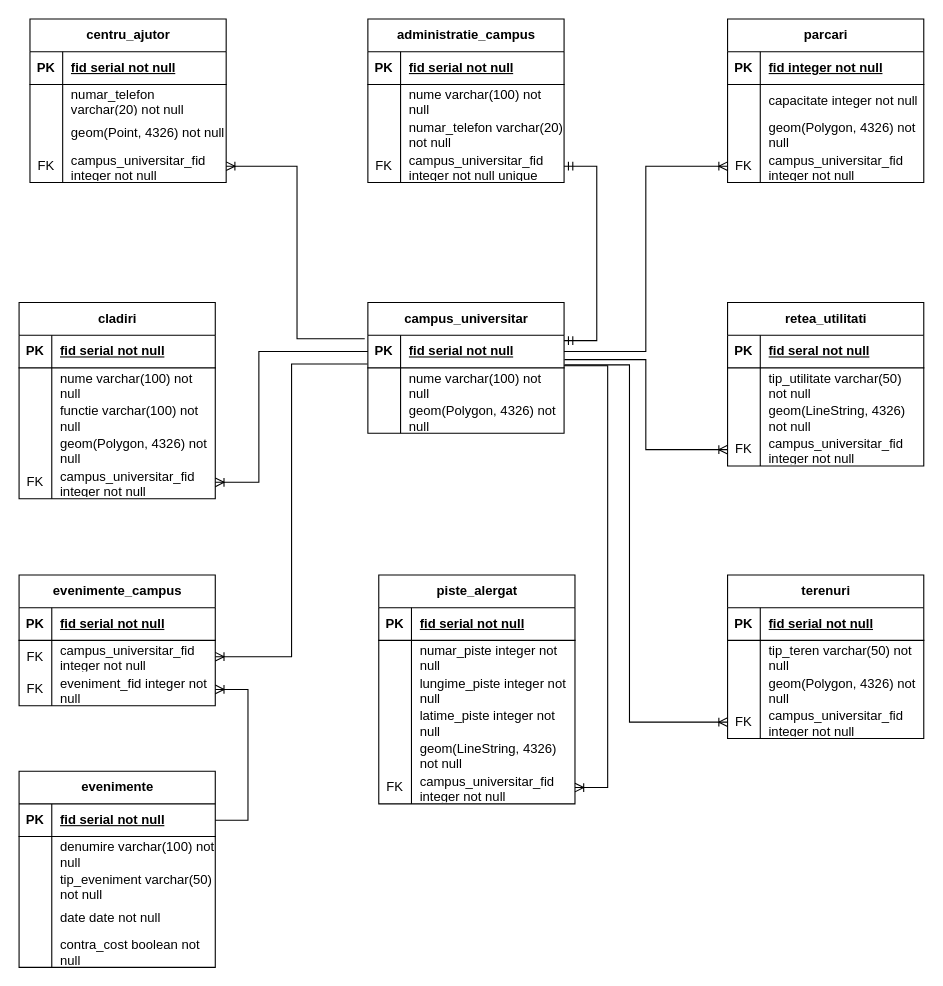
Above: Diagrama_Conceptuala_Exam_Sem2_DB.drawio in RaulHeciko/exam_sem2_database (draw.io), before the change. Source tidied: cells renumbered, new cells numbered last; positions are measured from the earlier drawing's top-left corner, leaving out a move shared by most shapes. Both pictures are drawn from the tidied source at 109%, with x=0, y=0 at pixel (19, 19).
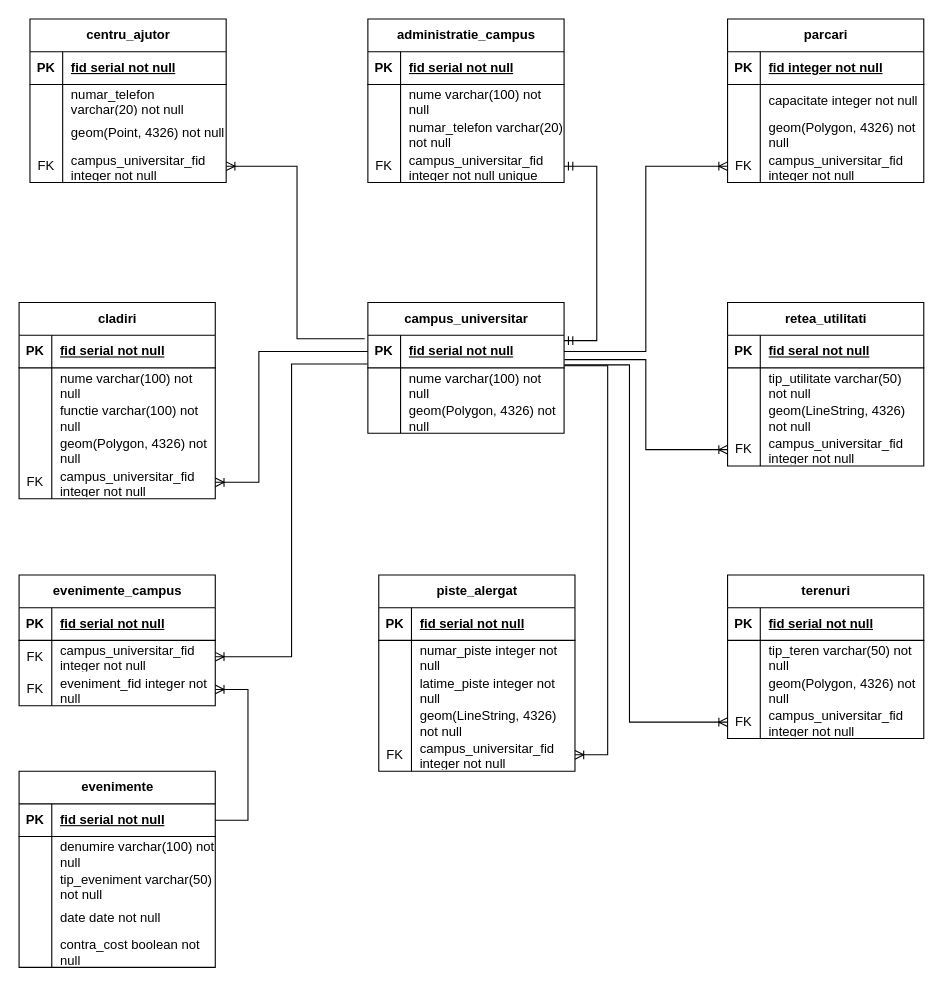
After the change.

What changed in the source:
```diff
@@
     <mxCell id="82" value="piste_alergat" style="shape=table;startSize=30;childLayout=tableLayout;rowLines=0;fontStyle=1;align=center;html=1;" parent="1" vertex="1">
-      <mxGeometry x="330" y="510" width="180" height="210" as="geometry" />
+      <mxGeometry x="330" y="510" width="180" height="180" as="geometry" />
     </mxCell>
@@
-    <mxCell id="89" style="shape=tableRow;horizontal=0;startSize=0;swimlaneHead=0;swimlaneBody=0;fillColor=none;top=0;left=0;right=0;bottom=0;" parent="82" vertex="1">
-      <mxGeometry y="90" width="180" height="30" as="geometry" />
-    </mxCell>
-    <mxCell id="90" style="shape=partialRectangle;fillColor=none;top=0;left=0;bottom=0;right=0;overflow=hidden;whiteSpace=wrap;html=1;" parent="89" vertex="1">
-      <mxGeometry width="30" height="30" as="geometry" />
-    </mxCell>
-    <mxCell id="91" value="lungime_piste integer not null" style="shape=partialRectangle;fillColor=none;top=0;left=0;bottom=0;right=0;align=left;spacingLeft=6;overflow=hidden;whiteSpace=wrap;html=1;" parent="89" vertex="1">
-      <mxGeometry x="30" width="150" height="30" as="geometry" />
-    </mxCell>
     <mxCell id="92" style="shape=tableRow;horizontal=0;startSize=0;swimlaneHead=0;swimlaneBody=0;fillColor=none;top=0;left=0;right=0;bottom=0;" parent="82" vertex="1">
-      <mxGeometry y="120" width="180" height="30" as="geometry" />
+      <mxGeometry y="90" width="180" height="30" as="geometry" />
     </mxCell>
@@
     <mxCell id="95" style="shape=tableRow;horizontal=0;startSize=0;swimlaneHead=0;swimlaneBody=0;fillColor=none;top=0;left=0;right=0;bottom=0;" parent="82" vertex="1">
-      <mxGeometry y="150" width="180" height="30" as="geometry" />
+      <mxGeometry y="120" width="180" height="30" as="geometry" />
     </mxCell>
@@
     <mxCell id="98" style="shape=tableRow;horizontal=0;startSize=0;swimlaneHead=0;swimlaneBody=0;fillColor=none;points=[[0,0.5],[1,0.5]];portConstraint=eastwest;top=0;left=0;right=0;bottom=0;" parent="82" vertex="1">
-      <mxGeometry y="180" width="180" height="30" as="geometry" />
+      <mxGeometry y="150" width="180" height="30" as="geometry" />
     </mxCell>
@@
     <mxCell id="101" style="edgeStyle=orthogonalEdgeStyle;fontSize=12;html=1;endArrow=ERoneToMany;rounded=0;entryX=1;entryY=0.5;entryDx=0;entryDy=0;" parent="1" edge="1" target="98">
       <mxGeometry relative="1" as="geometry">
         <mxPoint x="500" y="318" as="sourcePoint" />
         <Array as="points">
           <mxPoint x="540" y="318" />
-          <mxPoint x="540" y="705" />
+          <mxPoint x="540" y="675" />
         </Array>
       </mxGeometry>
     </mxCell>
```
